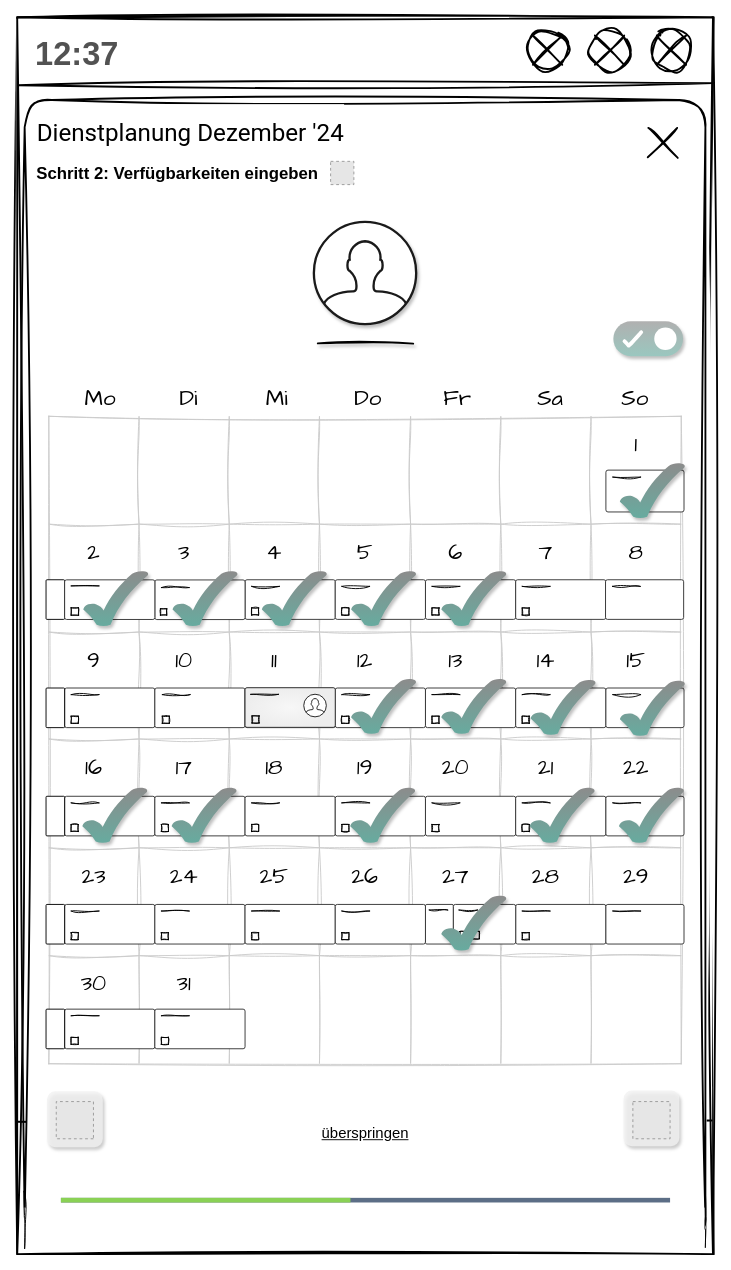
Earlier version of the draw.io diagram page "VE_2" (7 of 8) of 5_Pitch/Mockup_UserFlow_CreateWorkSchedule.drawio (annikalenneper/praxisprojekt_mi_bachelor_SoSe24). Source tidied: cells renumbered, new cells numbered last; positions are measured from the earlier drawing's top-left corner, leaving out a move shared by most shapes. Both pictures are drawn from the tidied source at 93%, with x=0, y=0 at pixel (17, 17). Pictures stored in the file or linked from it are replaced by grey dashed boxes.
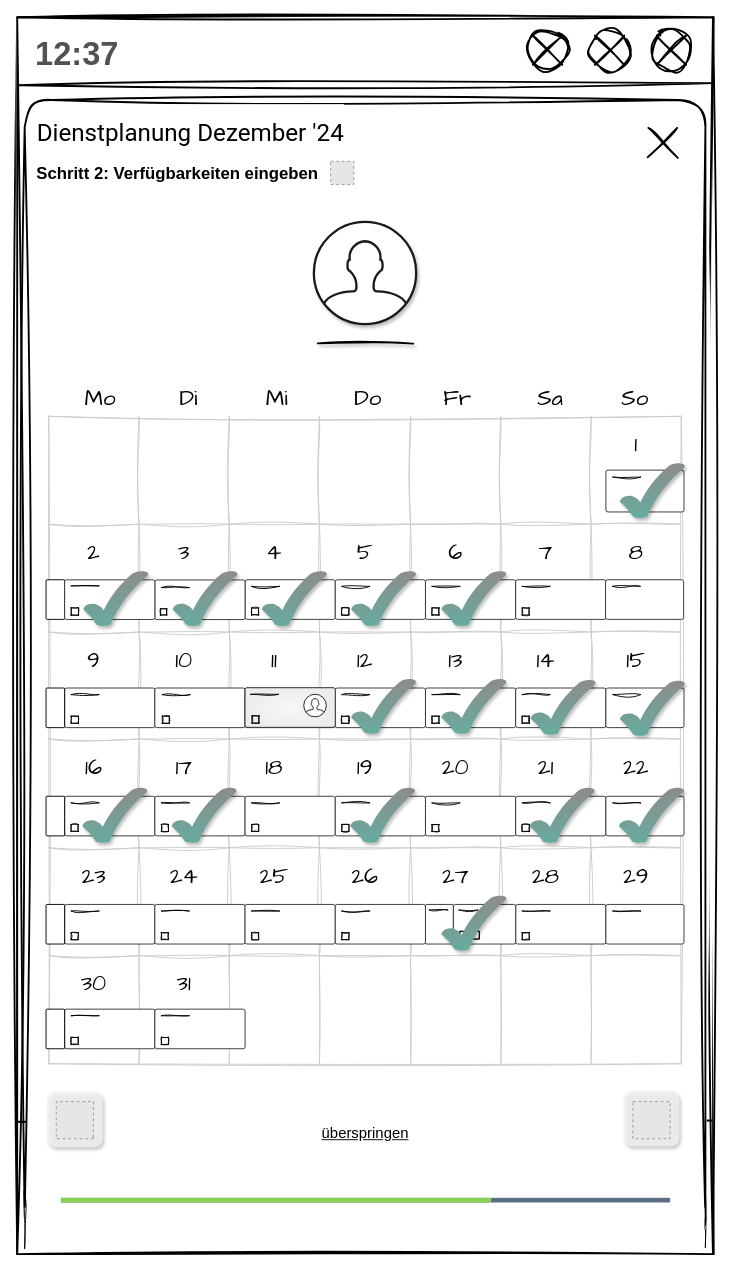
The same diagram, later.

Change to the diagram source:
```diff
@@
-    <mxCell id="42" style="verticalLabelPosition=bottom;verticalAlign=top;html=1;shadow=0;dashed=0;strokeWidth=1;shape=mxgraph.ios.iCloudProgressBar;barPos=47.53;" parent="1" vertex="1">
+    <mxCell id="42" style="verticalLabelPosition=bottom;verticalAlign=top;html=1;shadow=0;dashed=0;strokeWidth=1;shape=mxgraph.ios.iCloudProgressBar;barPos=70.64;" parent="1" vertex="1">
       <mxGeometry x="47" y="1257" width="655" height="30" as="geometry" />
     </mxCell>
@@
-    <mxCell id="282" parent="0" />
-    <mxCell id="283" style="fillColor=#B0B0B0;strokeColor=none;rounded=1;arcSize=50;hachureGap=4;fontFamily=Architects Daughter;fontSize=20;gradientColor=#9AC7BF;shadow=1;glass=0;" parent="282" vertex="1">
-      <mxGeometry x="641" y="327" width="75" height="37.5" as="geometry" />
-    </mxCell>
-    <mxCell id="284" style="shape=ellipse;strokeColor=none;fillColor=#ffffff;sketch=0;hachureGap=4;fontFamily=Architects Daughter;fontSize=20;" parent="283" vertex="1">
-      <mxGeometry x="1" y="0.5" width="24" height="24" relative="1" as="geometry">
-        <mxPoint x="-31" y="-12" as="offset" />
-      </mxGeometry>
-    </mxCell>
-    <mxCell id="285" style="html=1;shadow=0;dashed=0;shape=mxgraph.atlassian.check;strokeColor=#ffffff;strokeWidth=4;sketch=1;hachureGap=4;fontFamily=Architects Daughter;fontSize=20;fillColor=#67AB9F;" parent="283" vertex="1">
-      <mxGeometry y="0.5" width="18" height="14.4" relative="1" as="geometry">
-        <mxPoint x="12" y="-7" as="offset" />
-      </mxGeometry>
-    </mxCell>
```
